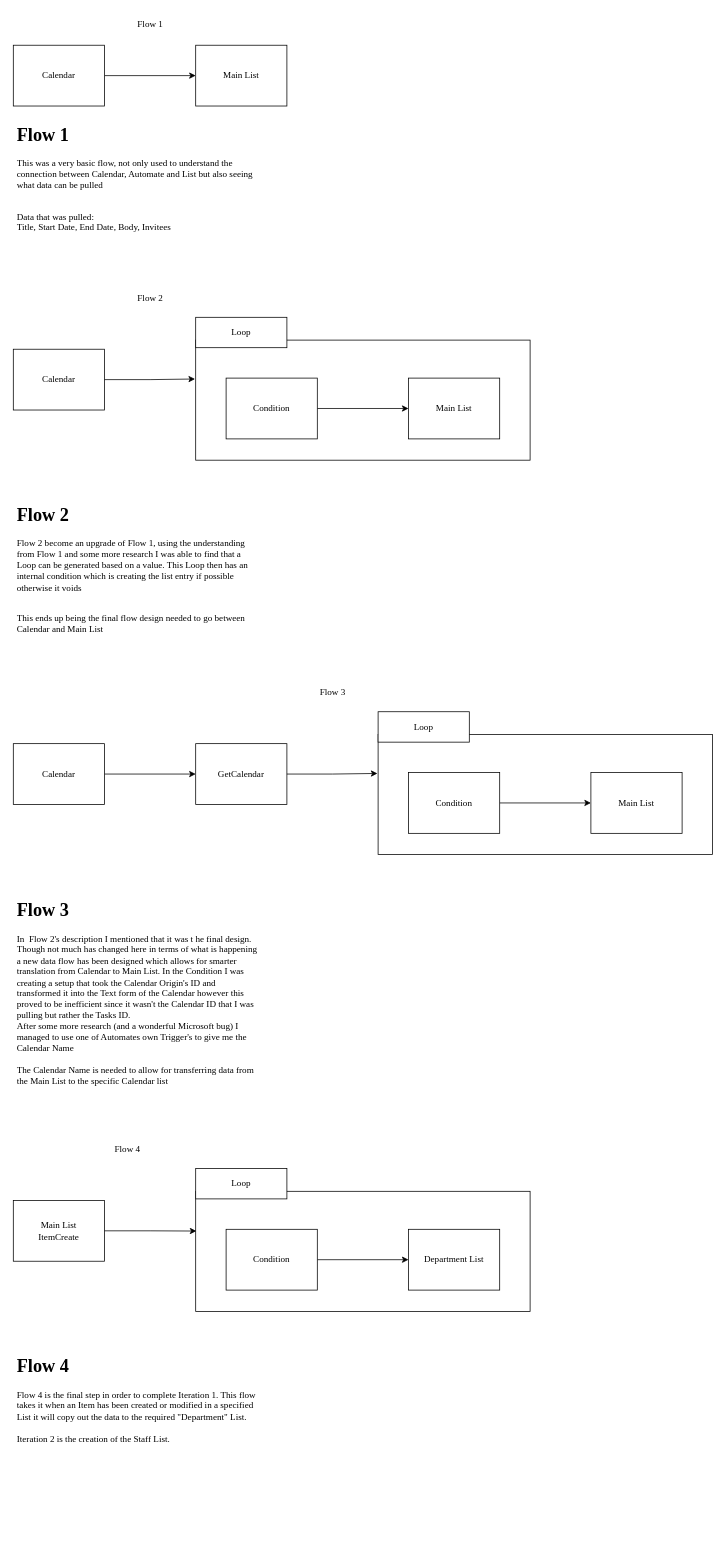
Earlier version of the draw.io diagram page "Iteration 1 - Calendar to List" (3 of 5) of Dataflow and Design.drawio (Birphon/BCIS309-CelloProject). Source tidied: cells renumbered, new cells numbered last; positions are measured from the earlier drawing's top-left corner, leaving out a move shared by most shapes. Both pictures are drawn from the tidied source at 76%, with x=0, y=0 at pixel (13, 13).
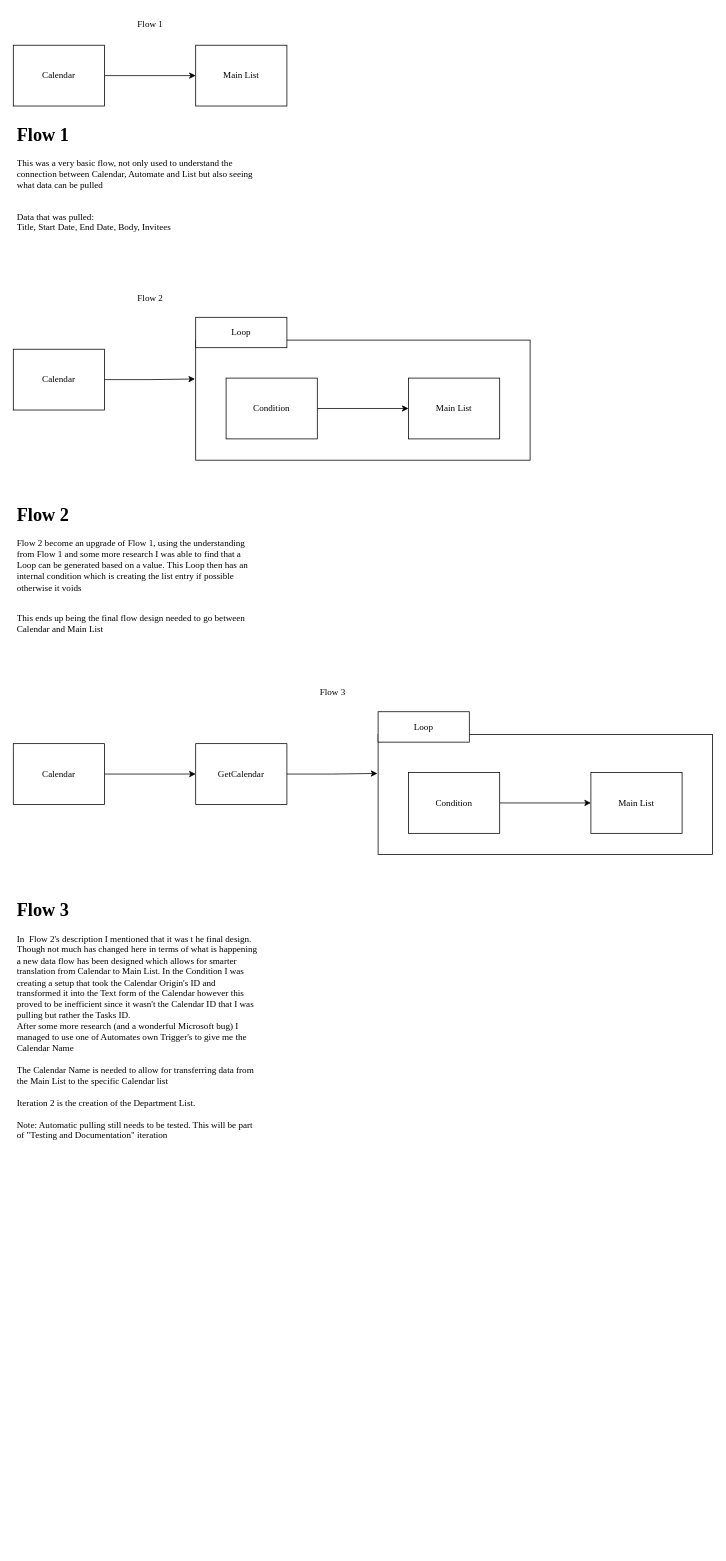
After the change.

What changed in the source:
```diff
@@
-    <mxCell id="26" value="&lt;h1&gt;Flow 3&lt;br&gt;&lt;/h1&gt;&lt;div&gt;In&amp;nbsp; Flow 2's description I mentioned that it was t he final design. Though not much has changed here in terms of what is happening a new data flow has been designed which allows for smarter translation from Calendar to Main List. In the Condition I was creating a setup that took the Calendar Origin's ID and transformed it into the Text form of the Calendar however this proved to be inefficient since it wasn't the Calendar ID that I was pulling but rather the Tasks ID.&lt;/div&gt;&lt;div&gt;After some more research (and a wonderful Microsoft bug) I managed to use one of Automates own Trigger's to give me the Calendar Name&lt;/div&gt;&lt;div&gt;&lt;br&gt;&lt;/div&gt;&lt;div&gt;The Calendar Name is needed to allow for transferring data from the Main List to the specific Calendar list&lt;br&gt;&lt;/div&gt;" style="text;html=1;strokeColor=none;fillColor=none;spacing=5;spacingTop=-20;whiteSpace=wrap;overflow=hidden;rounded=0;fontFamily=Times New Roman;" parent="1" vertex="1">
-      <mxGeometry y="1160" width="330" height="260" as="geometry" />
+    <mxCell id="26" value="&lt;h1&gt;Flow 3&lt;br&gt;&lt;/h1&gt;&lt;div&gt;In&amp;nbsp; Flow 2's description I mentioned that it was t he final design. Though not much has changed here in terms of what is happening a new data flow has been designed which allows for smarter translation from Calendar to Main List. In the Condition I was creating a setup that took the Calendar Origin's ID and transformed it into the Text form of the Calendar however this proved to be inefficient since it wasn't the Calendar ID that I was pulling but rather the Tasks ID.&lt;/div&gt;&lt;div&gt;After some more research (and a wonderful Microsoft bug) I managed to use one of Automates own Trigger's to give me the Calendar Name&lt;/div&gt;&lt;div&gt;&lt;br&gt;&lt;/div&gt;&lt;div&gt;The Calendar Name is needed to allow for transferring data from the Main List to the specific Calendar list&lt;/div&gt;&lt;div&gt;&lt;br&gt;&lt;/div&gt;&lt;div&gt;Iteration 2 is the creation of the Department List.&lt;/div&gt;&lt;div&gt;&lt;br&gt;&lt;/div&gt;&lt;div&gt;Note: Automatic pulling still needs to be tested. This will be part of &quot;Testing and Documentation&quot; iteration&lt;br&gt;&lt;/div&gt;" style="text;html=1;strokeColor=none;fillColor=none;spacing=5;spacingTop=-20;whiteSpace=wrap;overflow=hidden;rounded=0;fontFamily=Times New Roman;" parent="1" vertex="1">
+      <mxGeometry y="1160" width="330" height="340" as="geometry" />
     </mxCell>
-    <mxCell id="27" style="rounded=0;whiteSpace=wrap;html=1;fontFamily=Times New Roman;" parent="1" vertex="1">
-      <mxGeometry x="240" y="1550" width="440" height="158" as="geometry" />
-    </mxCell>
-    <mxCell id="28" value="&lt;div&gt;Main List&lt;/div&gt;&lt;div&gt;ItemCreate&lt;br&gt;&lt;/div&gt;" style="rounded=0;whiteSpace=wrap;html=1;fontFamily=Times New Roman;" parent="1" vertex="1">
-      <mxGeometry y="1562" width="120" height="80" as="geometry" />
-    </mxCell>
-    <mxCell id="29" style="edgeStyle=orthogonalEdgeStyle;rounded=0;jettySize=auto;html=1;exitX=1;exitY=0.5;exitDx=0;exitDy=0;entryX=0;entryY=0.5;entryDx=0;entryDy=0;" parent="1" edge="1" source="30" target="31">
-      <mxGeometry relative="1" as="geometry" />
-    </mxCell>
-    <mxCell id="30" value="Condition" style="rounded=0;whiteSpace=wrap;html=1;fontFamily=Times New Roman;" parent="1" vertex="1">
-      <mxGeometry x="280" y="1600" width="120" height="80" as="geometry" />
-    </mxCell>
-    <mxCell id="31" value="Department List" style="rounded=0;whiteSpace=wrap;html=1;fontFamily=Times New Roman;" parent="1" vertex="1">
-      <mxGeometry x="520" y="1600" width="120" height="80" as="geometry" />
-    </mxCell>
-    <mxCell id="32" value="Loop" style="rounded=0;whiteSpace=wrap;html=1;fontFamily=Times New Roman;" parent="1" vertex="1">
-      <mxGeometry x="240" y="1520" width="120" height="40" as="geometry" />
-    </mxCell>
-    <mxCell id="33" style="edgeStyle=orthogonalEdgeStyle;rounded=0;jettySize=auto;html=1;entryX=0.002;entryY=0.331;entryDx=0;entryDy=0;entryPerimeter=0;" parent="1" edge="1" source="28" target="27">
-      <mxGeometry relative="1" as="geometry" />
-    </mxCell>
-    <mxCell id="34" value="Flow 4" style="text;html=1;align=center;verticalAlign=middle;strokeColor=none;fillColor=none;fontFamily=Times New Roman;" parent="1" vertex="1">
-      <mxGeometry x="120" y="1480" width="60" height="30" as="geometry" />
-    </mxCell>
-    <mxCell id="35" value="&lt;h1&gt;Flow 4&lt;br&gt;&lt;/h1&gt;&lt;div&gt;Flow 4 is the final step in order to complete Iteration 1. This flow takes it when an Item has been created or modified in a specified List it will copy out the data to the required &quot;Department&quot; List.&lt;/div&gt;&lt;div&gt;&lt;br&gt;&lt;/div&gt;&lt;div&gt;Iteration 2 is the creation of the Staff List.&lt;br&gt;&lt;/div&gt;" style="text;html=1;strokeColor=none;fillColor=none;spacing=5;spacingTop=-20;whiteSpace=wrap;overflow=hidden;rounded=0;fontFamily=Times New Roman;" parent="1" vertex="1">
-      <mxGeometry y="1760" width="330" height="260" as="geometry" />
-    </mxCell>
```
